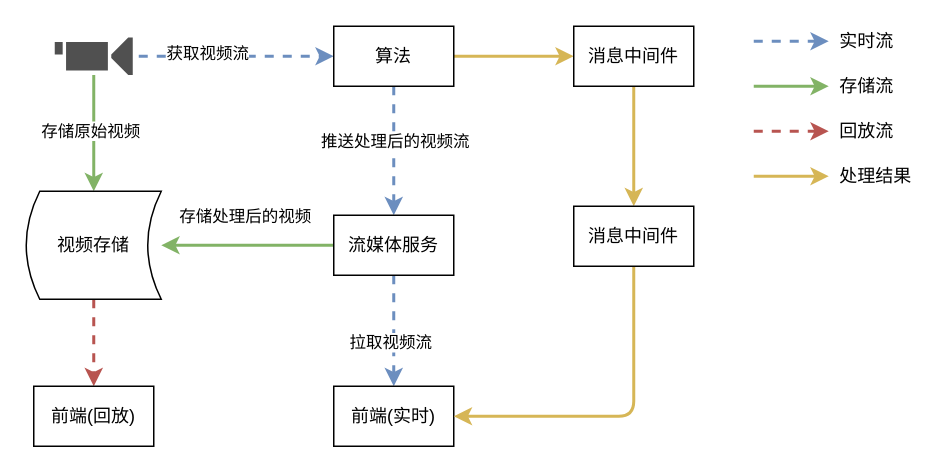
Earlier version of the draw.io diagram page "数据处理流程" (1 of 2) of dbs.drawio (gggyx/wyx). Source tidied: cells renumbered, new cells numbered last; positions are measured from the earlier drawing's top-left corner, leaving out a move shared by most shapes. Both pictures are drawn from the tidied source at 150%, with x=0, y=0 at pixel (26, 26).
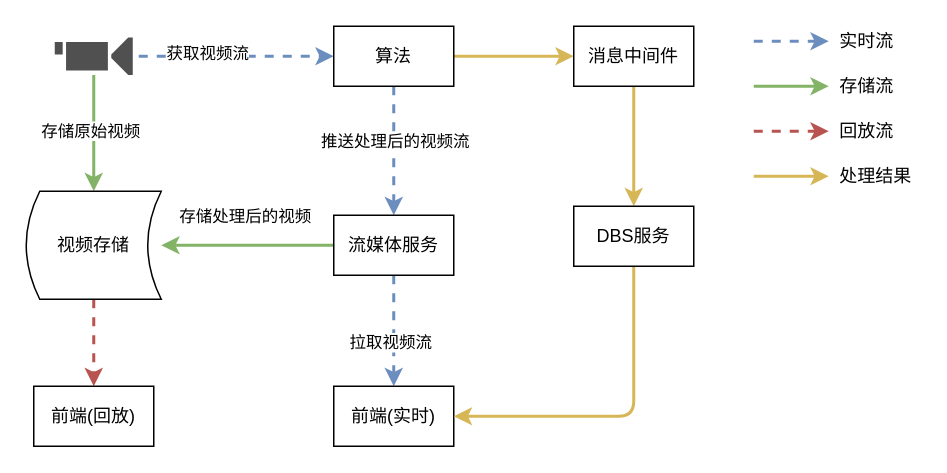
The same page after the edit.

The edit, as a diff of the source:
```diff
@@
-    <mxCell id="23" value="消息中间件" style="rounded=0;whiteSpace=wrap;html=1;" parent="1" vertex="1">
+    <mxCell id="23" value="DBS服务" style="rounded=0;whiteSpace=wrap;html=1;" parent="1" vertex="1">
       <mxGeometry x="365" y="120" width="80" height="40" as="geometry" />
     </mxCell>
```
